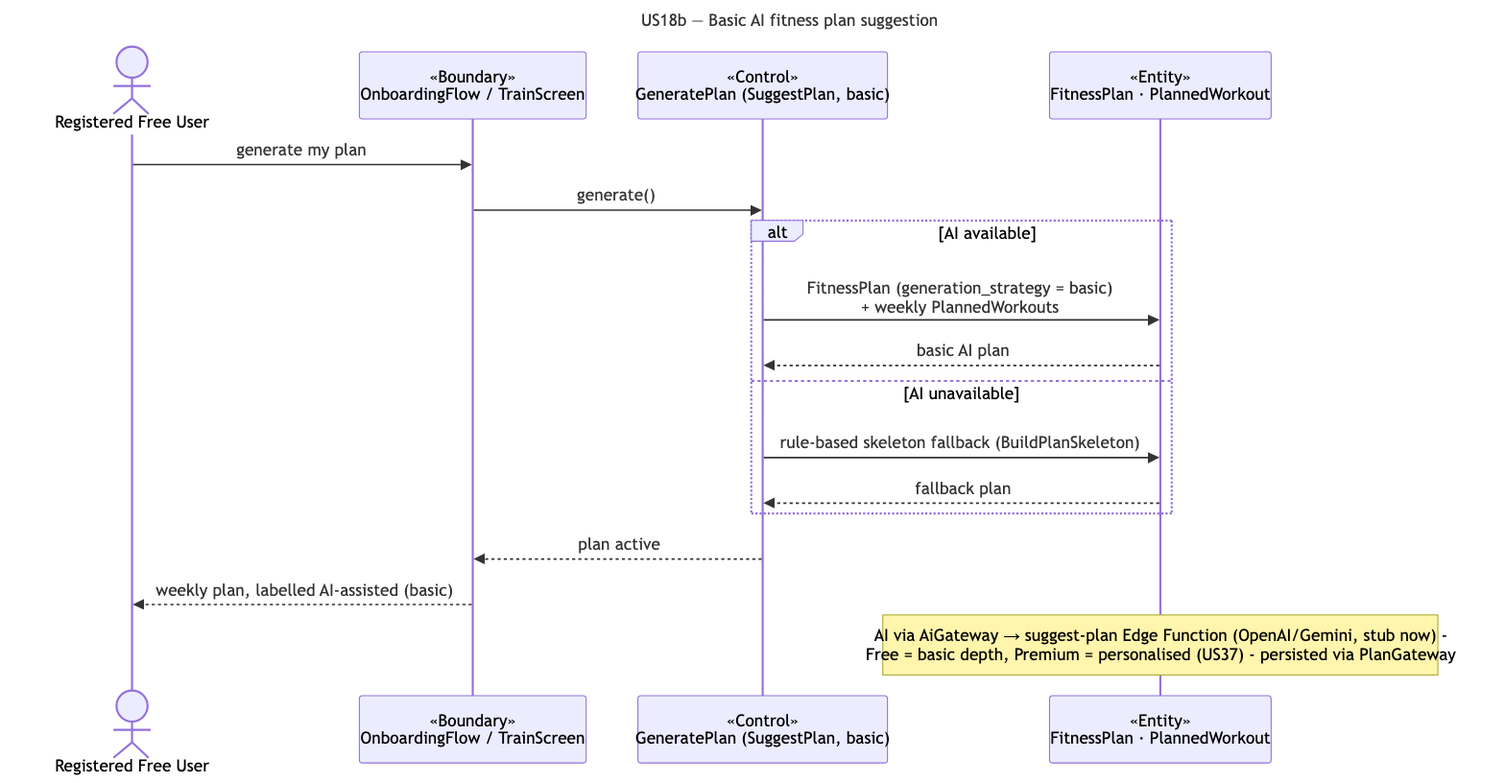
This is docs/deliverables/sequence-diagrams/US18b-basic-routine.png from cyuanjun/FYP-26-S2-37-app, a Mermaid export, as it was before one commit. Its source is kept beside it as docs/deliverables/sequence-diagrams/src/US18b-basic-routine.mmd.
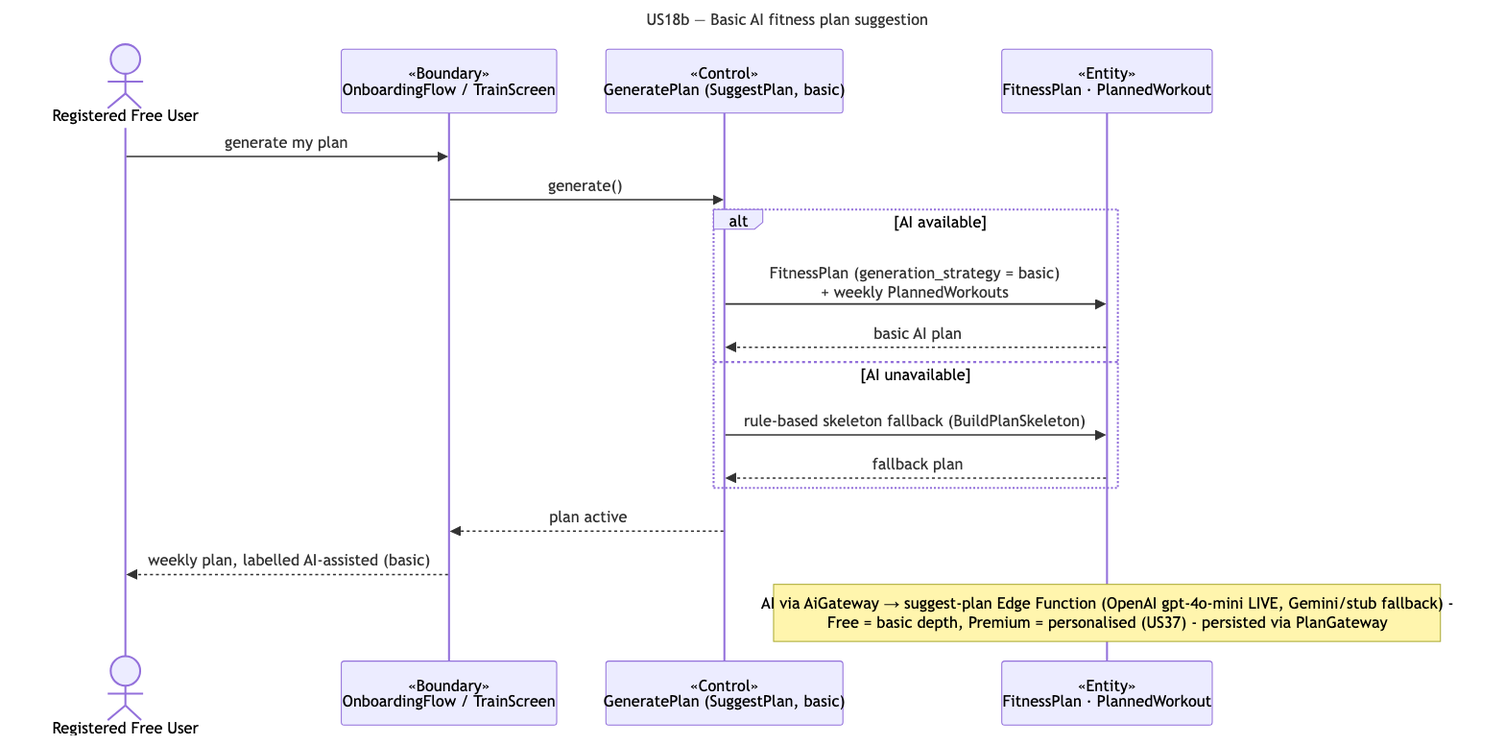
The same diagram one commit later.

Diff of the diagram source:
```diff
@@ -17,4 +17,4 @@
   end
   C-->>B: plan active
   B-->>A: weekly plan, labelled AI-assisted (basic)
-  note over E: AI via AiGateway → suggest-plan Edge Function (OpenAI/Gemini, stub now) -<br/>Free = basic depth, Premium = personalised (US37) - persisted via PlanGateway
+  note over E: AI via AiGateway → suggest-plan Edge Function (OpenAI gpt-4o-mini LIVE, Gemini/stub fallback) -<br/>Free = basic depth, Premium = personalised (US37) - persisted via PlanGateway
```
